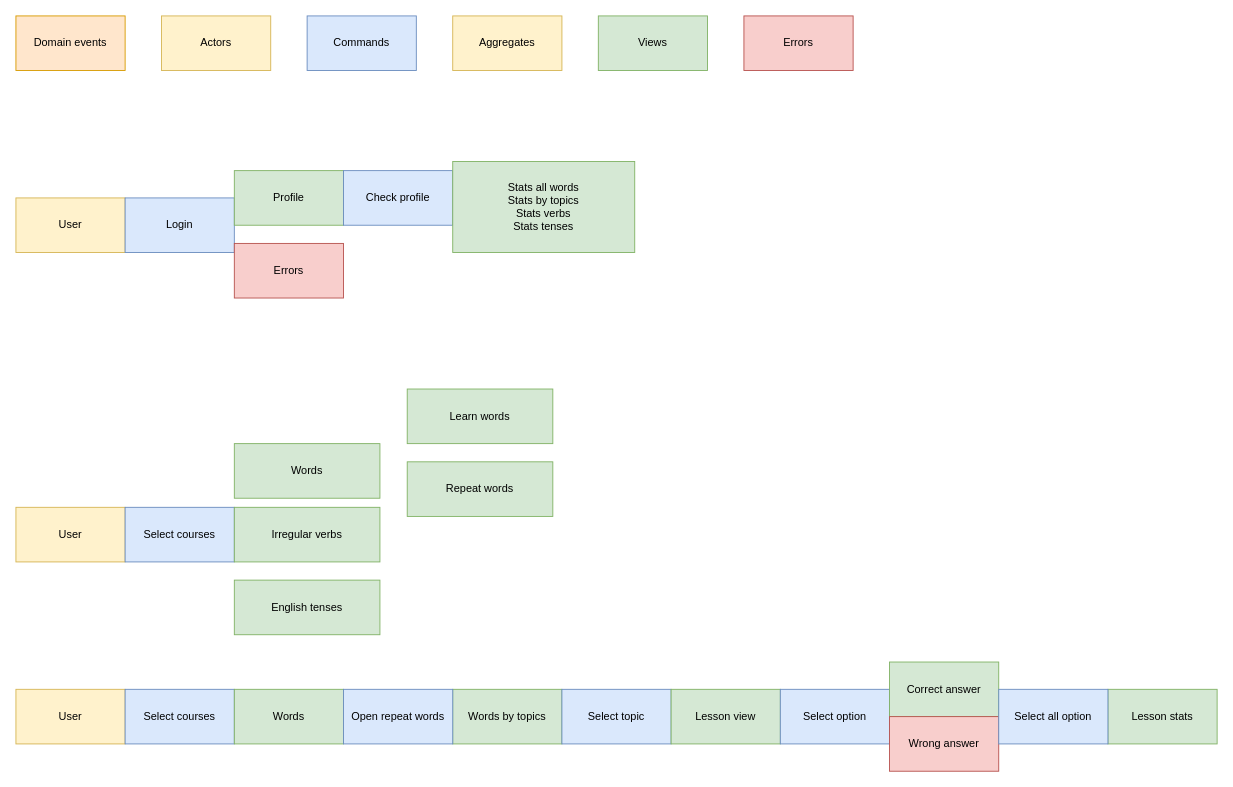
Before: page "Page-2" (2 of 2) of docs/scheme.drawio in Igorok/pocket_dictionary, a draw.io diagram. Source tidied: cells renumbered, new cells numbered last; positions are measured from the earlier drawing's top-left corner, leaving out a move shared by most shapes. Both pictures are drawn from the tidied source at 91%, with x=0, y=0 at pixel (15, 15).
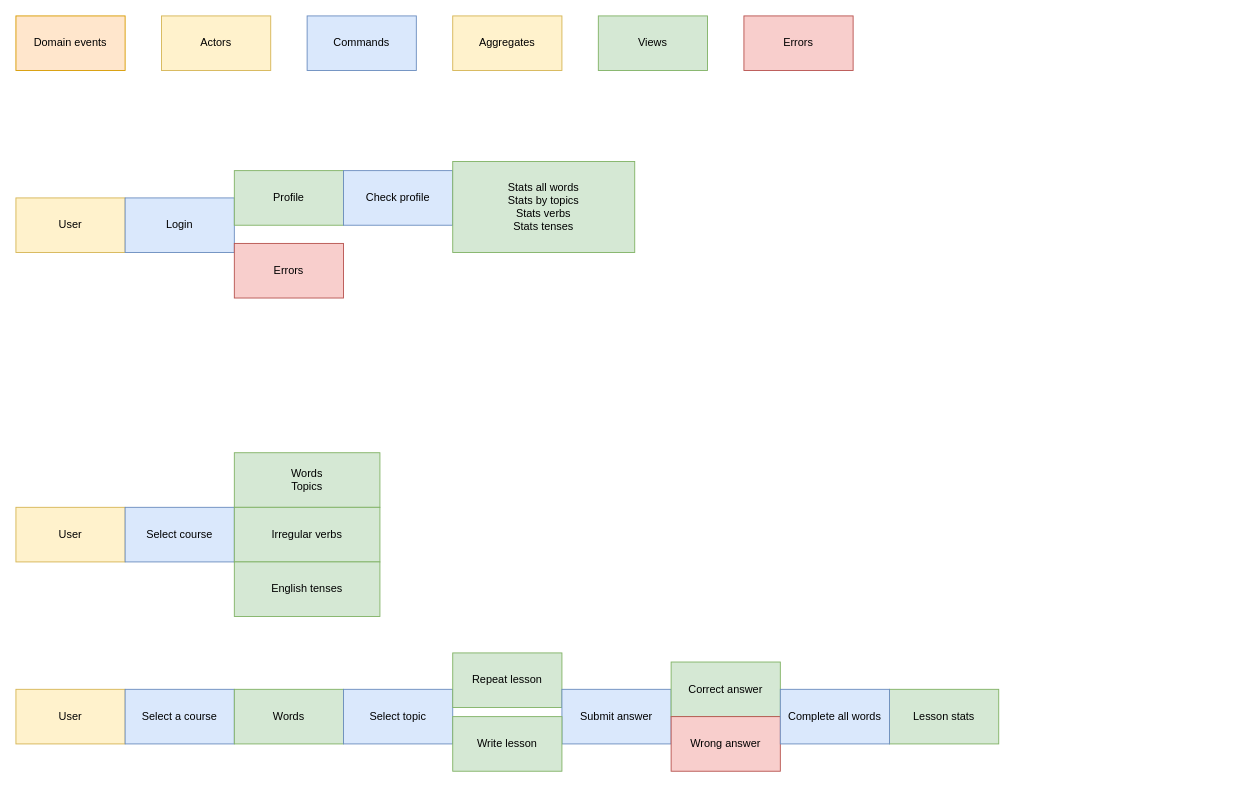
The same page after the edit.

Diff of the diagram source:
```diff
@@
-    <mxCell id="13" value="Select courses" style="rounded=0;whiteSpace=wrap;html=1;fillColor=#dae8fc;strokeColor=#6c8ebf;" parent="1" vertex="1">
+    <mxCell id="13" value="Select course" style="rounded=0;whiteSpace=wrap;html=1;fillColor=#dae8fc;strokeColor=#6c8ebf;" parent="1" vertex="1">
       <mxGeometry x="120" y="540" width="120" height="60" as="geometry" />
     </mxCell>
-    <mxCell id="14" value="Words" style="rounded=0;whiteSpace=wrap;html=1;fillColor=#d5e8d4;strokeColor=#82b366;" parent="1" vertex="1">
-      <mxGeometry x="240" y="470" width="160" height="60" as="geometry" />
+    <mxCell id="14" value="Words&lt;br&gt;Topics" style="rounded=0;whiteSpace=wrap;html=1;fillColor=#d5e8d4;strokeColor=#82b366;" parent="1" vertex="1">
+      <mxGeometry x="240" y="480" width="160" height="60" as="geometry" />
     </mxCell>
@@
     <mxCell id="16" value="English tenses" style="rounded=0;whiteSpace=wrap;html=1;fillColor=#d5e8d4;strokeColor=#82b366;" parent="1" vertex="1">
-      <mxGeometry x="240" y="620" width="160" height="60" as="geometry" />
+      <mxGeometry x="240" y="600" width="160" height="60" as="geometry" />
     </mxCell>
@@
-    <mxCell id="18" value="Select courses" style="rounded=0;whiteSpace=wrap;html=1;fillColor=#dae8fc;strokeColor=#6c8ebf;" parent="1" vertex="1">
+    <mxCell id="18" value="Select a course" style="rounded=0;whiteSpace=wrap;html=1;fillColor=#dae8fc;strokeColor=#6c8ebf;" parent="1" vertex="1">
       <mxGeometry x="120" y="740" width="120" height="60" as="geometry" />
     </mxCell>
@@
-    <mxCell id="20" value="Words by topics" style="rounded=0;whiteSpace=wrap;html=1;fillColor=#d5e8d4;strokeColor=#82b366;" parent="1" vertex="1">
-      <mxGeometry x="480" y="740" width="120" height="60" as="geometry" />
-    </mxCell>
-    <mxCell id="21" value="Open repeat words" style="rounded=0;whiteSpace=wrap;html=1;fillColor=#dae8fc;strokeColor=#6c8ebf;" parent="1" vertex="1">
-      <mxGeometry x="360" y="740" width="120" height="60" as="geometry" />
-    </mxCell>
     <mxCell id="22" value="Select topic" style="rounded=0;whiteSpace=wrap;html=1;fillColor=#dae8fc;strokeColor=#6c8ebf;" parent="1" vertex="1">
-      <mxGeometry x="600" y="740" width="120" height="60" as="geometry" />
+      <mxGeometry x="360" y="740" width="120" height="60" as="geometry" />
     </mxCell>
-    <mxCell id="23" value="Lesson view" style="rounded=0;whiteSpace=wrap;html=1;fillColor=#d5e8d4;strokeColor=#82b366;" parent="1" vertex="1">
-      <mxGeometry x="720" y="740" width="120" height="60" as="geometry" />
+    <mxCell id="23" value="Repeat lesson" style="rounded=0;whiteSpace=wrap;html=1;fillColor=#d5e8d4;strokeColor=#82b366;" parent="1" vertex="1">
+      <mxGeometry x="480" y="700" width="120" height="60" as="geometry" />
     </mxCell>
-    <mxCell id="24" value="Select option" style="rounded=0;whiteSpace=wrap;html=1;fillColor=#dae8fc;strokeColor=#6c8ebf;" parent="1" vertex="1">
-      <mxGeometry x="840" y="740" width="120" height="60" as="geometry" />
+    <mxCell id="24" value="Submit answer" style="rounded=0;whiteSpace=wrap;html=1;fillColor=#dae8fc;strokeColor=#6c8ebf;" parent="1" vertex="1">
+      <mxGeometry x="600" y="740" width="120" height="60" as="geometry" />
     </mxCell>
     <mxCell id="25" value="Correct answer" style="rounded=0;whiteSpace=wrap;html=1;fillColor=#d5e8d4;strokeColor=#82b366;" parent="1" vertex="1">
-      <mxGeometry x="960" y="710" width="120" height="60" as="geometry" />
+      <mxGeometry x="720" y="710" width="120" height="60" as="geometry" />
     </mxCell>
@@
     <mxCell id="28" value="Wrong answer" style="rounded=0;whiteSpace=wrap;html=1;fillColor=#f8cecc;strokeColor=#b85450;" parent="1" vertex="1">
-      <mxGeometry x="960" y="770" width="120" height="60" as="geometry" />
+      <mxGeometry x="720" y="770" width="120" height="60" as="geometry" />
     </mxCell>
     <mxCell id="29" value="Lesson stats" style="rounded=0;whiteSpace=wrap;html=1;fillColor=#d5e8d4;strokeColor=#82b366;" parent="1" vertex="1">
-      <mxGeometry x="1200" y="740" width="120" height="60" as="geometry" />
+      <mxGeometry x="960" y="740" width="120" height="60" as="geometry" />
     </mxCell>
-    <mxCell id="30" value="Select all option" style="rounded=0;whiteSpace=wrap;html=1;fillColor=#dae8fc;strokeColor=#6c8ebf;" parent="1" vertex="1">
-      <mxGeometry x="1080" y="740" width="120" height="60" as="geometry" />
+    <mxCell id="30" value="Complete all words" style="rounded=0;whiteSpace=wrap;html=1;fillColor=#dae8fc;strokeColor=#6c8ebf;" parent="1" vertex="1">
+      <mxGeometry x="840" y="740" width="120" height="60" as="geometry" />
     </mxCell>
-    <mxCell id="31" value="Learn words" style="rounded=0;whiteSpace=wrap;html=1;fillColor=#d5e8d4;strokeColor=#82b366;" parent="1" vertex="1">
-      <mxGeometry x="430" y="410" width="160" height="60" as="geometry" />
-    </mxCell>
-    <mxCell id="32" value="Repeat words" style="rounded=0;whiteSpace=wrap;html=1;fillColor=#d5e8d4;strokeColor=#82b366;" parent="1" vertex="1">
-      <mxGeometry x="430" y="490" width="160" height="60" as="geometry" />
-    </mxCell>
+    <mxCell id="33" value="Write lesson" style="rounded=0;whiteSpace=wrap;html=1;fillColor=#d5e8d4;strokeColor=#82b366;" parent="1" vertex="1">
+      <mxGeometry x="480" y="770" width="120" height="60" as="geometry" />
+    </mxCell>
```
